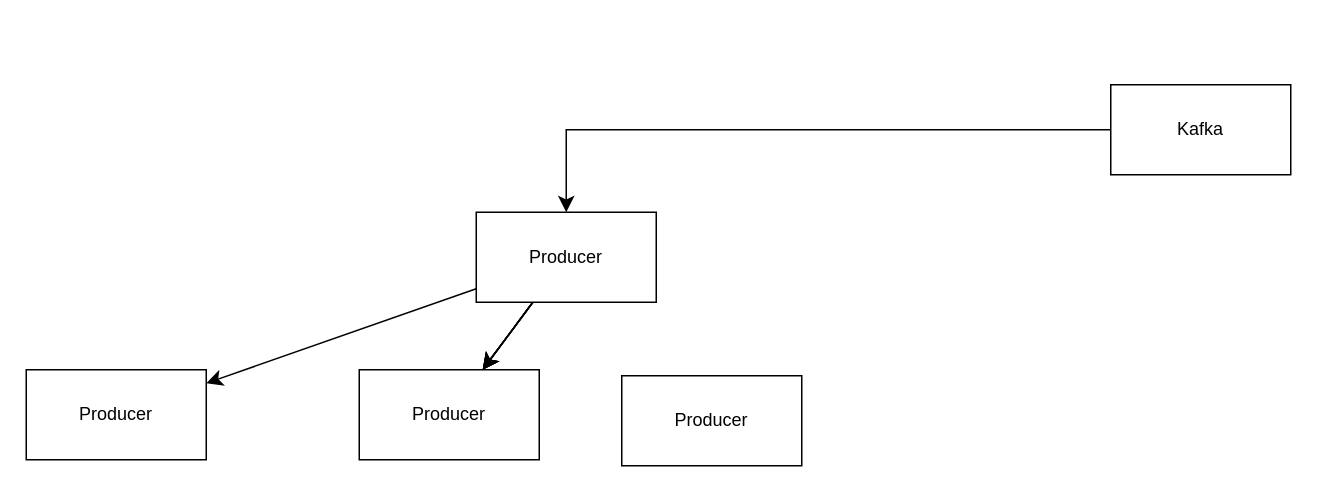
Above: kafka.drawio in codingWhat/drawio (draw.io), before the change. Source tidied: cells renumbered, new cells numbered last; positions are measured from the earlier drawing's top-left corner, leaving out a move shared by most shapes. Both pictures are drawn from the tidied source at 150%, with x=0, y=0 at pixel (26, 84).
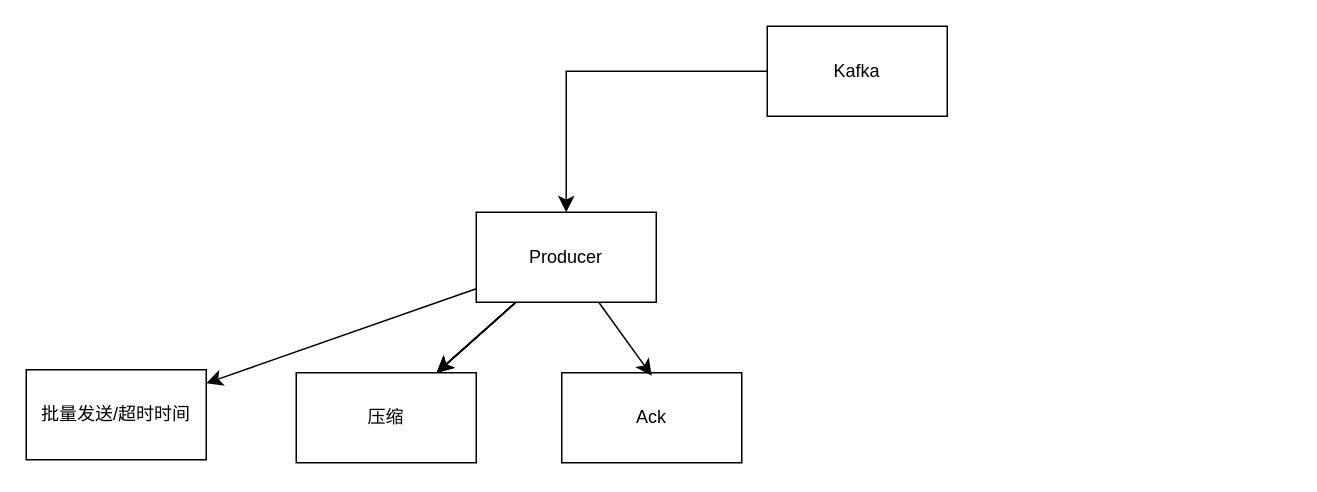
The same page after the edit.

The edit, as a diff of the source:
```diff
@@
 <mxGraphModel>
   <root>
     <mxCell id="0" />
     <mxCell id="1" parent="0" />
     <mxCell id="2" style="edgeStyle=orthogonalEdgeStyle;rounded=0;jettySize=auto;html=1;fontSize=12;startSize=8;endSize=8;entryX=0.5;entryY=0;entryDx=0;entryDy=0;" parent="1" edge="1" source="3" target="9">
       <mxGeometry relative="1" as="geometry" />
     </mxCell>
     <mxCell id="3" value="Kafka" style="rounded=0;whiteSpace=wrap;html=1;" parent="1" vertex="1">
-      <mxGeometry x="723" width="120" height="60" as="geometry" />
+      <mxGeometry x="494" y="-39" width="120" height="60" as="geometry" />
     </mxCell>
     <mxCell id="4" style="edgeStyle=none;curved=1;rounded=0;jettySize=auto;html=1;fontSize=12;startSize=8;endSize=8;" parent="1" edge="1" source="9" target="10">
       <mxGeometry relative="1" as="geometry" />
     </mxCell>
     <mxCell id="5" style="edgeStyle=none;curved=1;rounded=0;jettySize=auto;html=1;fontSize=12;startSize=8;endSize=8;" parent="1" edge="1" source="9" target="11">
       <mxGeometry relative="1" as="geometry" />
     </mxCell>
     <mxCell id="6" style="edgeStyle=none;curved=1;rounded=0;jettySize=auto;html=1;fontSize=12;startSize=8;endSize=8;" parent="1" edge="1" source="9" target="11">
       <mxGeometry relative="1" as="geometry" />
     </mxCell>
     <mxCell id="7" style="edgeStyle=none;curved=1;rounded=0;jettySize=auto;html=1;fontSize=12;startSize=8;endSize=8;" parent="1" edge="1" source="9" target="11">
       <mxGeometry relative="1" as="geometry" />
     </mxCell>
     <mxCell id="8" style="edgeStyle=none;curved=1;rounded=0;jettySize=auto;html=1;fontSize=12;startSize=8;endSize=8;" parent="1" edge="1" source="9" target="11">
       <mxGeometry relative="1" as="geometry" />
     </mxCell>
     <mxCell id="9" value="Producer" style="whiteSpace=wrap;html=1;" parent="1" vertex="1">
       <mxGeometry x="300" y="85" width="120" height="60" as="geometry" />
     </mxCell>
-    <mxCell id="10" value="Producer" style="whiteSpace=wrap;html=1;" parent="1" vertex="1">
+    <mxCell id="10" value="批量发送/超时时间" style="whiteSpace=wrap;html=1;" parent="1" vertex="1">
       <mxGeometry y="190" width="120" height="60" as="geometry" />
     </mxCell>
-    <mxCell id="11" value="Producer" style="whiteSpace=wrap;html=1;" parent="1" vertex="1">
-      <mxGeometry x="222" y="190" width="120" height="60" as="geometry" />
+    <mxCell id="11" value="压缩" style="whiteSpace=wrap;html=1;" parent="1" vertex="1">
+      <mxGeometry x="180" y="192" width="120" height="60" as="geometry" />
     </mxCell>
-    <mxCell id="12" value="Producer" style="whiteSpace=wrap;html=1;" parent="1" vertex="1">
-      <mxGeometry x="397" y="194" width="120" height="60" as="geometry" />
+    <mxCell id="12" value="Ack" style="whiteSpace=wrap;html=1;" parent="1" vertex="1">
+      <mxGeometry x="357" y="192" width="120" height="60" as="geometry" />
     </mxCell>
+    <mxCell id="13" style="edgeStyle=none;curved=1;rounded=0;jettySize=auto;html=1;fontSize=12;startSize=8;endSize=8;" parent="1" edge="1" source="9">
+      <mxGeometry relative="1" as="geometry">
+        <mxPoint x="417" y="194" as="targetPoint" />
+      </mxGeometry>
+    </mxCell>
   </root>
 </mxGraphModel>
```
